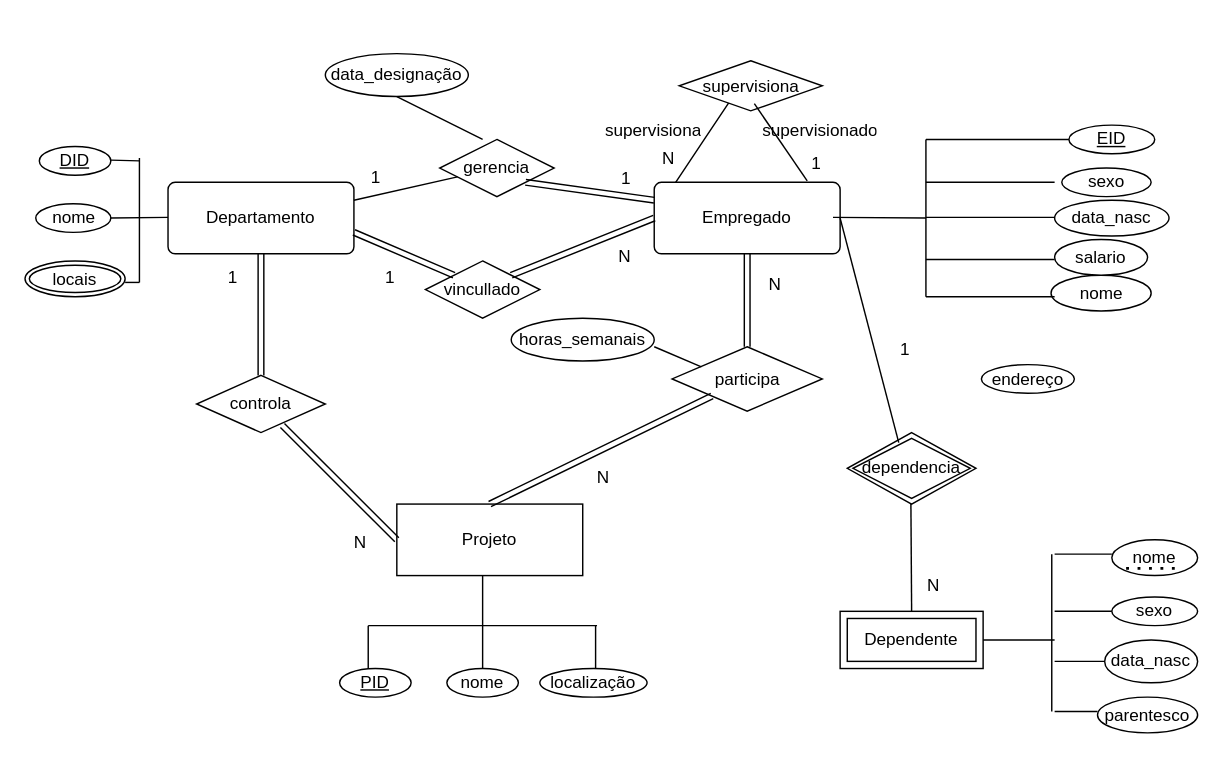
kathelyngaioni/Disciplina-Banco-de-Dados keeps this draw.io diagram as Banco de Dados.drawio. Above is the earlier version. Source tidied: cells renumbered, new cells numbered last; positions are measured from the earlier drawing's top-left corner, leaving out a move shared by most shapes. Both pictures are drawn from the tidied source at 143%, with x=0, y=0 at pixel (24, 53).
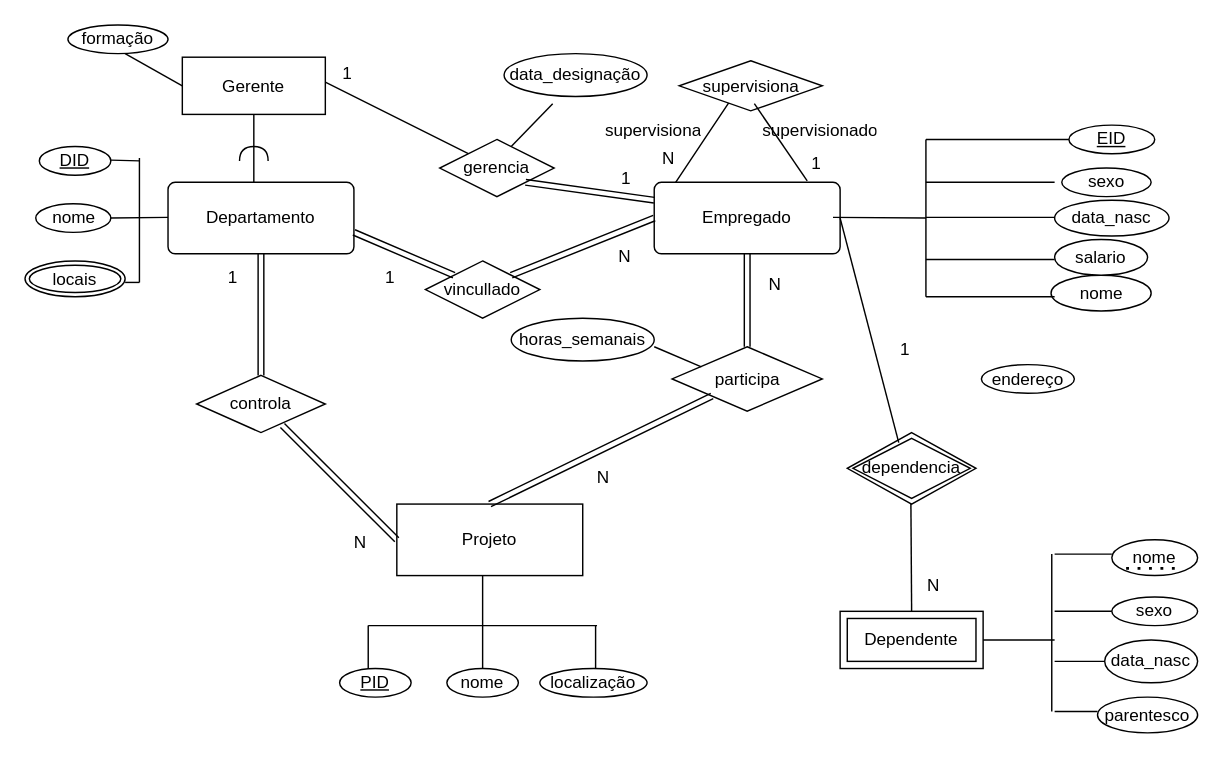
The same page after the edit.

Unchanged cells that the change refers to:
```xml
<mxCell id="2" value="Departamento" style="rounded=1;arcSize=10;whiteSpace=wrap;html=1;align=center;labelBackgroundColor=none;" parent="1" vertex="1">
  <mxGeometry x="100" y="90" width="130" height="50" as="geometry" />
</mxCell>
<mxCell id="39" value="gerencia" style="shape=rhombus;perimeter=rhombusPerimeter;whiteSpace=wrap;html=1;align=center;labelBackgroundColor=none;" parent="1" vertex="1">
  <mxGeometry x="290" y="60" width="80" height="40" as="geometry" />
</mxCell>
```

Diff of the diagram source:
```diff
@@
     <mxCell id="17" value="data_designação" style="ellipse;whiteSpace=wrap;html=1;align=center;labelBackgroundColor=none;" parent="1" vertex="1">
-      <mxGeometry x="210" width="100" height="30" as="geometry" />
+      <mxGeometry x="335" width="100" height="30" as="geometry" />
     </mxCell>
-    <mxCell id="18" style="endArrow=none;html=1;rounded=0;labelBackgroundColor=none;fontColor=default;" parent="1" edge="1">
+    <mxCell id="18" style="endArrow=none;html=1;rounded=0;labelBackgroundColor=none;fontColor=default;entryX=0.34;entryY=1.167;entryDx=0;entryDy=0;entryPerimeter=0;" parent="1" edge="1" target="17">
       <mxGeometry relative="1" as="geometry">
-        <mxPoint x="320" y="60" as="sourcePoint" />
-        <mxPoint x="260" y="30" as="targetPoint" />
+        <mxPoint x="340" y="65" as="sourcePoint" />
       </mxGeometry>
     </mxCell>
@@
-    <mxCell id="40" style="endArrow=none;html=1;rounded=0;exitX=1;exitY=0.25;exitDx=0;exitDy=0;labelBackgroundColor=none;fontColor=default;" parent="1" edge="1" source="2" target="39">
-      <mxGeometry relative="1" as="geometry" />
-    </mxCell>
-    <mxCell id="41" value="1" style="html=1;whiteSpace=wrap;align=right;verticalAlign=bottom;labelBackgroundColor=none;" parent="40" vertex="1">
-      <mxGeometry x="1" relative="1" as="geometry">
-        <mxPoint x="-52" y="9" as="offset" />
-      </mxGeometry>
-    </mxCell>
@@
+    <mxCell id="83" value="Gerente" style="whiteSpace=wrap;html=1;align=center;" parent="1" vertex="1">
+      <mxGeometry x="110" y="2.5" width="100" height="40" as="geometry" />
+    </mxCell>
+    <mxCell id="84" style="endArrow=none;html=1;rounded=0;entryX=0;entryY=0.5;entryDx=0;entryDy=0;" parent="1" edge="1" target="83">
+      <mxGeometry relative="1" as="geometry">
+        <mxPoint x="70" as="sourcePoint" />
+      </mxGeometry>
+    </mxCell>
+    <mxCell id="85" value="formação" style="ellipse;whiteSpace=wrap;html=1;align=center;" parent="1" vertex="1">
+      <mxGeometry x="30" y="-20" width="70" height="20" as="geometry" />
+    </mxCell>
+    <mxCell id="86" style="shape=requiredInterface;html=1;verticalLabelPosition=bottom;sketch=0;rotation=-180;direction=south;" parent="1" vertex="1">
+      <mxGeometry x="150" y="65" width="20" height="10" as="geometry" />
+    </mxCell>
+    <mxCell id="87" style="endArrow=none;html=1;rounded=0;" parent="1" edge="1" source="83">
+      <mxGeometry relative="1" as="geometry">
+        <mxPoint x="160" y="90" as="targetPoint" />
+      </mxGeometry>
+    </mxCell>
+    <mxCell id="88" style="endArrow=none;html=1;rounded=0;" parent="1" edge="1" target="39">
+      <mxGeometry relative="1" as="geometry">
+        <mxPoint x="210" y="20" as="sourcePoint" />
+      </mxGeometry>
+    </mxCell>
+    <mxCell id="41" value="1" style="html=1;whiteSpace=wrap;align=right;verticalAlign=bottom;" parent="88" vertex="1">
+      <mxGeometry x="1" relative="1" as="geometry">
+        <mxPoint x="-80" y="-48" as="offset" />
+      </mxGeometry>
+    </mxCell>
```
